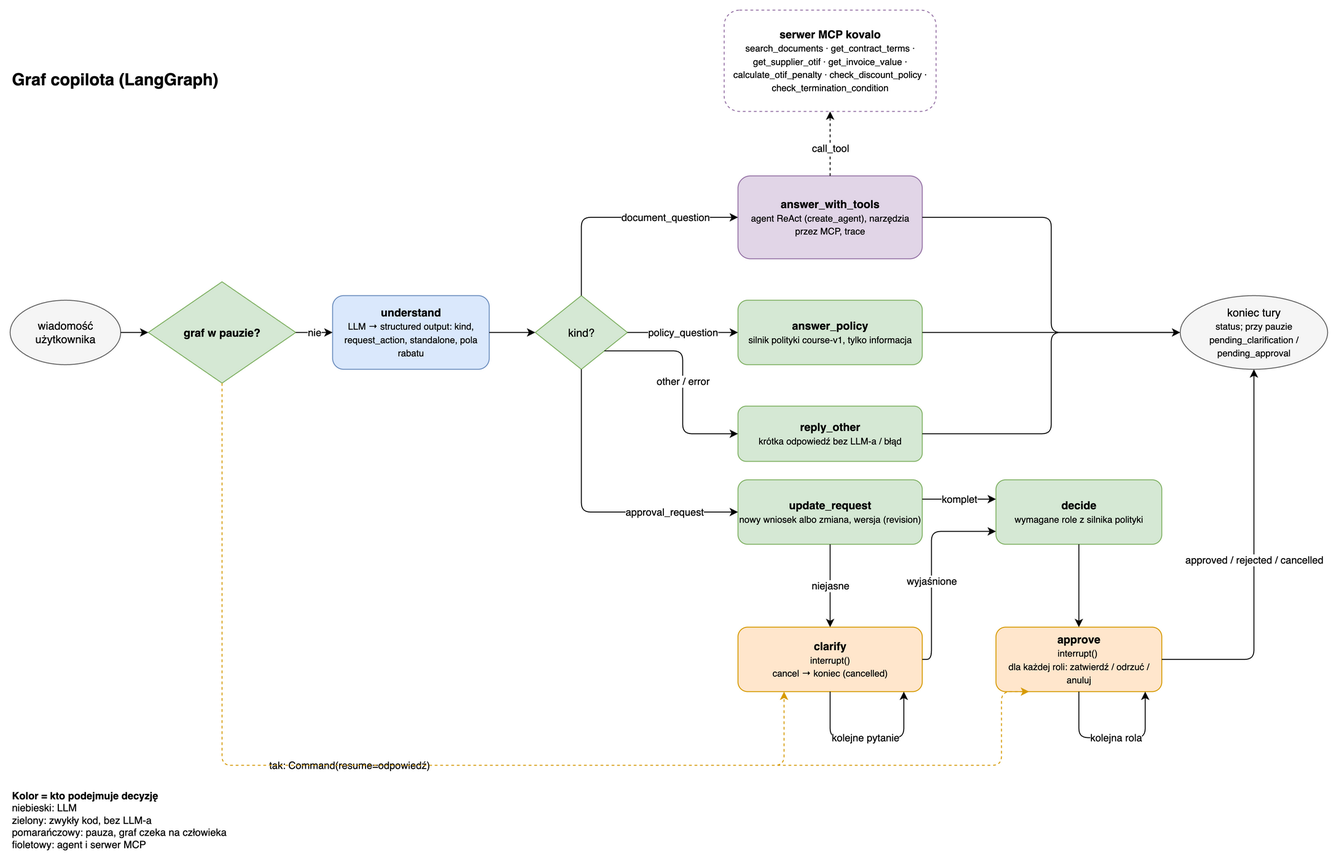
The draw.io diagram docs/architecture/kovalo-architecture-2-graph.png in oszypczy/kovalo-copilot, before a commit. Source tidied: cells renumbered, new cells last; positions are measured from the earlier drawing's top-left corner, leaving out a move shared by most shapes.
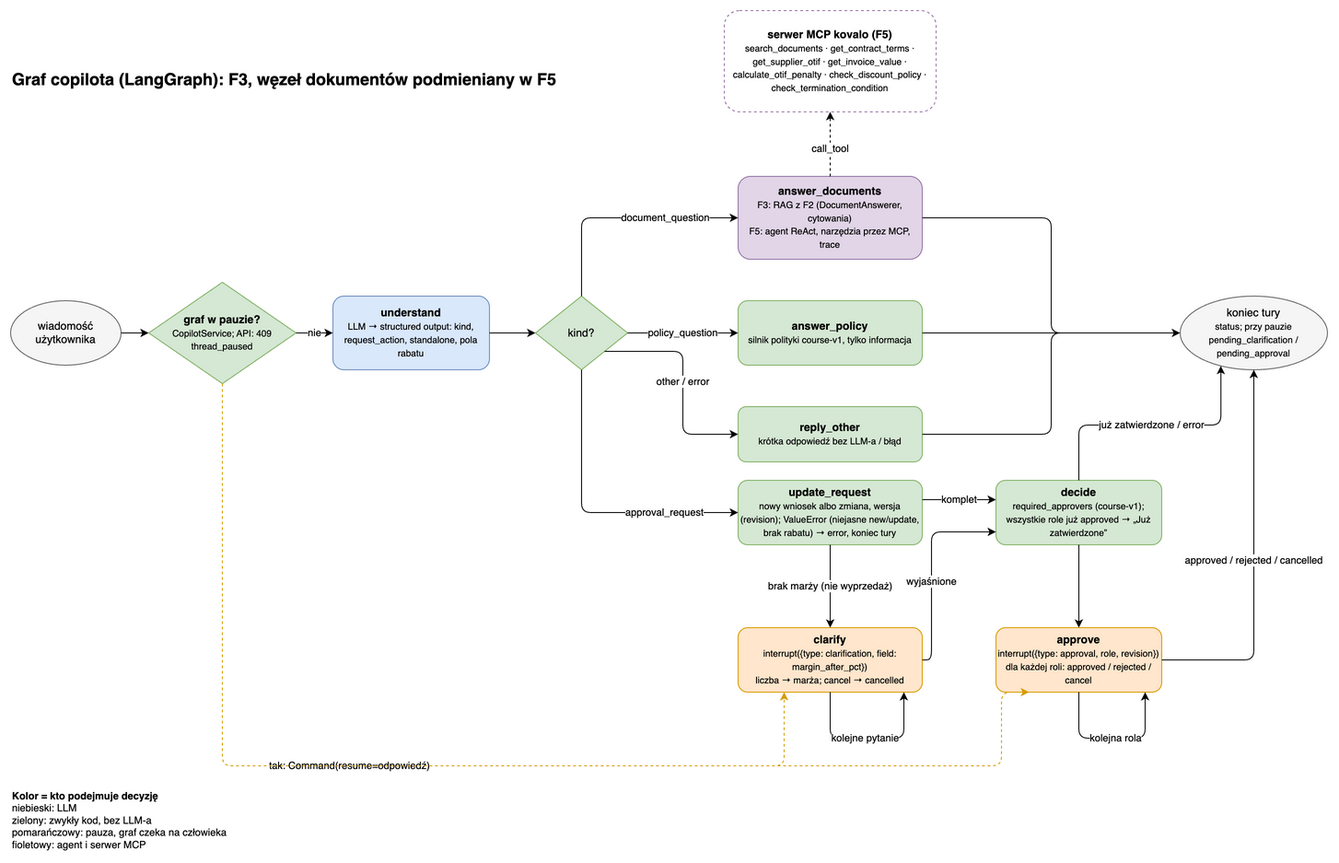
Above is the later version.

Diff of the diagram source:
```diff
@@ -2,13 +2,13 @@
   <root>
     <mxCell id="0" />
     <mxCell id="1" parent="0" />
-    <mxCell id="2" value="&lt;b&gt;Graf copilota (LangGraph)&lt;/b&gt;" style="text;html=1;fontSize=18;align=left;verticalAlign=middle;" parent="1" vertex="1">
+    <mxCell id="2" value="&lt;b&gt;Graf copilota (LangGraph): F3, węzeł dokumentów podmieniany w F5&lt;/b&gt;" style="text;html=1;fontSize=18;align=left;verticalAlign=middle;" parent="1" vertex="1">
       <mxGeometry y="60" width="700" height="30" as="geometry" />
     </mxCell>
     <mxCell id="3" value="wiadomość&lt;br&gt;użytkownika" style="ellipse;fillColor=#f5f5f5;strokeColor=#666666;whiteSpace=wrap;html=1;" parent="1" vertex="1">
       <mxGeometry y="315" width="120" height="70" as="geometry" />
     </mxCell>
-    <mxCell id="4" value="&lt;b&gt;graf w pauzie?&lt;/b&gt;&lt;font style=&quot;font-size:10px&quot;&gt;&lt;br&gt;&lt;/font&gt;" style="rhombus;fillColor=#d5e8d4;strokeColor=#82b366;whiteSpace=wrap;html=1;" parent="1" vertex="1">
+    <mxCell id="4" value="&lt;b&gt;graf w pauzie?&lt;/b&gt;&lt;font style=&quot;font-size:10px&quot;&gt;&lt;br&gt;CopilotService; API: 409 thread_paused&lt;/font&gt;" style="rhombus;fillColor=#d5e8d4;strokeColor=#82b366;whiteSpace=wrap;html=1;" parent="1" vertex="1">
       <mxGeometry x="150" y="295" width="160" height="110" as="geometry" />
     </mxCell>
     <mxCell id="5" value="&lt;b&gt;understand&lt;/b&gt;&lt;br&gt;&lt;font style=&quot;font-size:10px&quot;&gt;LLM → structured output: kind, request_action, standalone, pola rabatu&lt;/font&gt;" style="rounded=1;fillColor=#dae8fc;strokeColor=#6c8ebf;whiteSpace=wrap;html=1;" parent="1" vertex="1">
@@ -17,7 +17,7 @@
     <mxCell id="6" value="kind?" style="rhombus;fillColor=#d5e8d4;strokeColor=#82b366;whiteSpace=wrap;html=1;" parent="1" vertex="1">
       <mxGeometry x="570" y="310" width="100" height="80" as="geometry" />
     </mxCell>
-    <mxCell id="7" value="&lt;b&gt;answer_with_tools&lt;/b&gt;&lt;br&gt;&lt;font style=&quot;font-size:10px&quot;&gt;agent ReAct (create_agent), narzędzia przez MCP, trace&lt;/font&gt;" style="rounded=1;fillColor=#e1d5e7;strokeColor=#9673a6;whiteSpace=wrap;html=1;" parent="1" vertex="1">
+    <mxCell id="7" value="&lt;b&gt;answer_documents&lt;/b&gt;&lt;br&gt;&lt;font style=&quot;font-size:10px&quot;&gt;F3: RAG z F2 (DocumentAnswerer, cytowania)&lt;br&gt;F5: agent ReAct, narzędzia przez MCP, trace&lt;/font&gt;" style="rounded=1;fillColor=#e1d5e7;strokeColor=#9673a6;whiteSpace=wrap;html=1;" parent="1" vertex="1">
       <mxGeometry x="790" y="180" width="200" height="90" as="geometry" />
     </mxCell>
     <mxCell id="8" value="&lt;b&gt;answer_policy&lt;/b&gt;&lt;br&gt;&lt;font style=&quot;font-size:10px&quot;&gt;silnik polityki course-v1, tylko informacja&lt;/font&gt;" style="rounded=1;fillColor=#d5e8d4;strokeColor=#82b366;whiteSpace=wrap;html=1;" parent="1" vertex="1">
@@ -26,22 +26,22 @@
     <mxCell id="9" value="&lt;b&gt;reply_other&lt;/b&gt;&lt;br&gt;&lt;font style=&quot;font-size:10px&quot;&gt;krótka odpowiedź bez LLM-a / błąd&lt;/font&gt;" style="rounded=1;fillColor=#d5e8d4;strokeColor=#82b366;whiteSpace=wrap;html=1;" parent="1" vertex="1">
       <mxGeometry x="790" y="430" width="200" height="60" as="geometry" />
     </mxCell>
-    <mxCell id="10" value="&lt;b&gt;update_request&lt;/b&gt;&lt;br&gt;&lt;font style=&quot;font-size:10px&quot;&gt;nowy wniosek albo zmiana, wersja (revision)&lt;/font&gt;" style="rounded=1;fillColor=#d5e8d4;strokeColor=#82b366;whiteSpace=wrap;html=1;" parent="1" vertex="1">
+    <mxCell id="10" value="&lt;b&gt;update_request&lt;/b&gt;&lt;br&gt;&lt;font style=&quot;font-size:10px&quot;&gt;nowy wniosek albo zmiana, wersja (revision); ValueError (niejasne new/update, brak rabatu) → error, koniec tury&lt;/font&gt;" style="rounded=1;fillColor=#d5e8d4;strokeColor=#82b366;whiteSpace=wrap;html=1;" parent="1" vertex="1">
       <mxGeometry x="790" y="510" width="200" height="70" as="geometry" />
     </mxCell>
-    <mxCell id="11" value="&lt;b&gt;clarify&lt;/b&gt;&lt;br&gt;&lt;font style=&quot;font-size:10px&quot;&gt;interrupt()&lt;br&gt;cancel → koniec (cancelled)&lt;/font&gt;" style="rounded=1;fillColor=#ffe6cc;strokeColor=#d79b00;whiteSpace=wrap;html=1;" parent="1" vertex="1">
+    <mxCell id="11" value="&lt;b&gt;clarify&lt;/b&gt;&lt;br&gt;&lt;font style=&quot;font-size:10px&quot;&gt;interrupt({type: clarification, field: margin_after_pct})&lt;br&gt;liczba → marża; cancel → cancelled&lt;/font&gt;" style="rounded=1;fillColor=#ffe6cc;strokeColor=#d79b00;whiteSpace=wrap;html=1;" parent="1" vertex="1">
       <mxGeometry x="790" y="670" width="200" height="70" as="geometry" />
     </mxCell>
-    <mxCell id="12" value="&lt;b&gt;decide&lt;/b&gt;&lt;br&gt;&lt;font style=&quot;font-size:10px&quot;&gt;wymagane role z silnika polityki&lt;/font&gt;" style="rounded=1;fillColor=#d5e8d4;strokeColor=#82b366;whiteSpace=wrap;html=1;" parent="1" vertex="1">
+    <mxCell id="12" value="&lt;b&gt;decide&lt;/b&gt;&lt;br&gt;&lt;font style=&quot;font-size:10px&quot;&gt;required_approvers (course-v1); wszystkie role już approved → „Już zatwierdzone”&lt;/font&gt;" style="rounded=1;fillColor=#d5e8d4;strokeColor=#82b366;whiteSpace=wrap;html=1;" parent="1" vertex="1">
       <mxGeometry x="1070" y="510" width="180" height="70" as="geometry" />
     </mxCell>
-    <mxCell id="13" value="&lt;b&gt;approve&lt;/b&gt;&lt;br&gt;&lt;font style=&quot;font-size:10px&quot;&gt;interrupt()&amp;nbsp;&lt;/font&gt;&lt;div&gt;&lt;font style=&quot;font-size:10px&quot;&gt;dla każdej roli: zatwierdź / odrzuć / anuluj&lt;/font&gt;&lt;/div&gt;" style="rounded=1;fillColor=#ffe6cc;strokeColor=#d79b00;whiteSpace=wrap;html=1;" parent="1" vertex="1">
+    <mxCell id="13" value="&lt;b&gt;approve&lt;/b&gt;&lt;br&gt;&lt;font style=&quot;font-size:10px&quot;&gt;interrupt({type: approval, role, revision})&lt;/font&gt;&lt;div&gt;&lt;font style=&quot;font-size:10px&quot;&gt;dla każdej roli: approved / rejected / cancel&lt;/font&gt;&lt;/div&gt;" style="rounded=1;fillColor=#ffe6cc;strokeColor=#d79b00;whiteSpace=wrap;html=1;" parent="1" vertex="1">
       <mxGeometry x="1070" y="670" width="180" height="70" as="geometry" />
     </mxCell>
     <mxCell id="14" value="koniec tury&lt;br&gt;&lt;font style=&quot;font-size:10px&quot;&gt;status; przy pauzie&lt;br&gt;pending_clarification / pending_approval&lt;/font&gt;" style="ellipse;fillColor=#f5f5f5;strokeColor=#666666;whiteSpace=wrap;html=1;" parent="1" vertex="1">
       <mxGeometry x="1270" y="310" width="160" height="80" as="geometry" />
     </mxCell>
-    <mxCell id="15" value="&lt;b&gt;serwer MCP kovalo&lt;/b&gt;&lt;br&gt;&lt;font style=&quot;font-size:10px&quot;&gt;search_documents · get_contract_terms · get_supplier_otif · get_invoice_value · calculate_otif_penalty · check_discount_policy · check_termination_condition&lt;/font&gt;" style="rounded=1;dashed=1;fillColor=#ffffff;strokeColor=#9673a6;whiteSpace=wrap;html=1;" parent="1" vertex="1">
+    <mxCell id="15" value="&lt;b&gt;serwer MCP kovalo (F5)&lt;/b&gt;&lt;br&gt;&lt;font style=&quot;font-size:10px&quot;&gt;search_documents · get_contract_terms · get_supplier_otif · get_invoice_value · calculate_otif_penalty · check_discount_policy · check_termination_condition&lt;/font&gt;" style="rounded=1;dashed=1;fillColor=#ffffff;strokeColor=#9673a6;whiteSpace=wrap;html=1;" parent="1" vertex="1">
       <mxGeometry x="775" width="230" height="110" as="geometry" />
     </mxCell>
     <mxCell id="16" style="edgeStyle=orthogonalEdgeStyle;rounded=1;html=1;defaultLabelBackgroundColor=page;" parent="1" edge="1" source="3" target="4">
@@ -65,7 +65,7 @@
     <mxCell id="22" value="approval_request" style="edgeStyle=orthogonalEdgeStyle;rounded=1;html=1;defaultLabelBackgroundColor=page;exitX=0.5;exitY=1;entryX=0;entryY=0.5;" parent="1" edge="1" source="6" target="10">
       <mxGeometry x="0.51" relative="1" as="geometry" />
     </mxCell>
-    <mxCell id="23" value="niejasne" style="edgeStyle=orthogonalEdgeStyle;rounded=1;html=1;defaultLabelBackgroundColor=page;exitX=0.5;exitY=1;entryX=0.5;entryY=0;" parent="1" edge="1" source="10" target="11">
+    <mxCell id="23" value="brak marży (nie wyprzedaż)" style="edgeStyle=orthogonalEdgeStyle;rounded=1;html=1;defaultLabelBackgroundColor=page;exitX=0.5;exitY=1;entryX=0.5;entryY=0;" parent="1" edge="1" source="10" target="11">
       <mxGeometry relative="1" as="geometry" />
     </mxCell>
     <mxCell id="24" value="komplet" style="edgeStyle=orthogonalEdgeStyle;rounded=1;html=1;defaultLabelBackgroundColor=page;exitX=1;exitY=0.3;entryX=0;entryY=0.3;" parent="1" edge="1" source="10" target="12">
@@ -129,6 +129,9 @@
         </Array>
       </mxGeometry>
     </mxCell>
+    <mxCell id="37" value="już zatwierdzone / error" style="edgeStyle=orthogonalEdgeStyle;rounded=1;html=1;defaultLabelBackgroundColor=page;exitX=0.5;exitY=0;entryX=0.25;entryY=1;" parent="1" edge="1" source="12" target="14">
+      <mxGeometry relative="1" as="geometry" />
+    </mxCell>
     <mxCell id="36" value="&lt;b&gt;Kolor = kto podejmuje decyzję&lt;/b&gt;&lt;br&gt;niebieski: LLM &lt;br&gt;zielony: zwykły kod, bez LLM-a&lt;div&gt;pomarańczowy: pauza, graf czeka na człowieka&amp;nbsp;&lt;/div&gt;&lt;div&gt;fioletowy: agent i serwer MCP&lt;/div&gt;" style="text;html=1;align=left;verticalAlign=top;fontSize=11;" parent="1" vertex="1">
       <mxGeometry y="840" width="760" height="40" as="geometry" />
     </mxCell>
```
